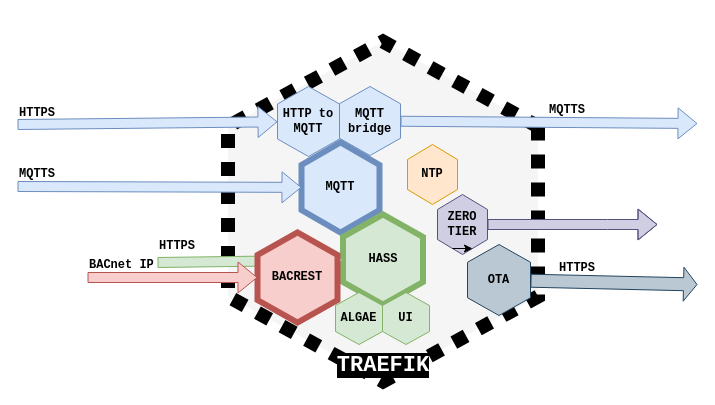
EnigmaAlgorithms/enigmaalgorithms.github.io keeps this draw.io diagram as cube_internal.drawio. Above is the earlier version. Source tidied: cells renumbered, new cells numbered last; positions are measured from the earlier drawing's top-left corner, leaving out a move shared by most shapes. Both pictures are drawn from the tidied source at 100%, with x=0, y=0 at pixel (17, 41).
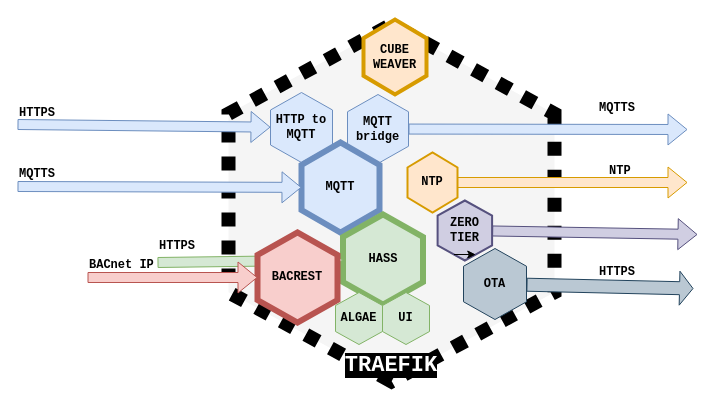
The same diagram, later.

Commit message:
final fuirst vrsion

Diff of the diagram source:
```diff
@@
     <mxCell id="2" value="&lt;font style=&quot;font-size: 22px&quot; color=&quot;#FFFFFF&quot;&gt;&lt;span style=&quot;background-color: rgb(0 , 0 , 0)&quot;&gt;TRAEFIK&lt;/span&gt;&lt;/font&gt;" style="shape=hexagon;perimeter=hexagonPerimeter2;whiteSpace=wrap;html=1;direction=south;dashed=1;dashPattern=1 1;verticalAlign=bottom;fillColor=#f5f5f5;strokeColor=#000000;fontColor=#000000;strokeWidth=14;fontFamily=Courier New;fontStyle=1;" parent="1" vertex="1">
-      <mxGeometry x="210.5" width="310" height="340" as="geometry" />
+      <mxGeometry x="211" y="-17" width="326" height="357" as="geometry" />
     </mxCell>
     <mxCell id="3" value="HTTP to MQTT" style="shape=hexagon;perimeter=hexagonPerimeter2;whiteSpace=wrap;html=1;direction=south;fillColor=#dae8fc;strokeColor=#6c8ebf;fontFamily=Courier New;fontStyle=1;fontColor=#000000;" parent="1" vertex="1">
-      <mxGeometry x="260" y="45" width="62" height="70" as="geometry" />
+      <mxGeometry x="253" y="51" width="62" height="70" as="geometry" />
     </mxCell>
-    <mxCell id="4" value="NTP" style="shape=hexagon;perimeter=hexagonPerimeter2;whiteSpace=wrap;html=1;direction=south;fillColor=#ffe6cc;strokeColor=#d79b00;fontFamily=Courier New;fontStyle=1;fontColor=#000000;" parent="1" vertex="1">
-      <mxGeometry x="390" y="103" width="50" height="60" as="geometry" />
+    <mxCell id="4" value="NTP" style="shape=hexagon;perimeter=hexagonPerimeter2;whiteSpace=wrap;html=1;direction=south;fillColor=#ffe6cc;strokeColor=#d79b00;fontFamily=Courier New;fontStyle=1;fontColor=#000000;strokeWidth=2;" parent="1" vertex="1">
+      <mxGeometry x="390" y="111" width="50" height="60" as="geometry" />
     </mxCell>
-    <mxCell id="5" style="shape=flexArrow;endArrow=classic;html=1;fillColor=#bac8d3;strokeColor=#23445d;width=13;endSize=4.15;fontFamily=Courier New;fontStyle=1;fontColor=#000000;" parent="1" edge="1" source="8">
-      <mxGeometry relative="1" as="geometry">
-        <mxPoint x="680" y="243" as="targetPoint" />
-      </mxGeometry>
-    </mxCell>
     <mxCell id="6" style="shape=flexArrow;endArrow=classic;html=1;fillColor=#dae8fc;strokeColor=#6c8ebf;fontFamily=Courier New;fontStyle=1;fontColor=#000000;" parent="1" edge="1" source="7">
       <mxGeometry relative="1" as="geometry">
-        <mxPoint x="680" y="82" as="targetPoint" />
+        <mxPoint x="670" y="88" as="targetPoint" />
       </mxGeometry>
     </mxCell>
     <mxCell id="7" value="&lt;div&gt;MQTT&lt;/div&gt;&lt;div&gt;bridge&lt;br&gt;&lt;/div&gt;" style="shape=hexagon;perimeter=hexagonPerimeter2;whiteSpace=wrap;html=1;direction=south;fillColor=#dae8fc;strokeColor=#6c8ebf;fontFamily=Courier New;fontStyle=1;fontColor=#000000;" parent="1" vertex="1">
-      <mxGeometry x="322" y="45" width="61" height="69" as="geometry" />
+      <mxGeometry x="330" y="53" width="61" height="69" as="geometry" />
     </mxCell>
-    <mxCell id="8" value="OTA" style="shape=hexagon;perimeter=hexagonPerimeter2;whiteSpace=wrap;html=1;direction=south;fillColor=#bac8d3;strokeColor=#23445d;fontFamily=Courier New;fontStyle=1;fontColor=#000000;" parent="1" vertex="1">
-      <mxGeometry x="450" y="203" width="63" height="71" as="geometry" />
-    </mxCell>
@@
-    <mxCell id="14" style="group;" parent="1" vertex="1">
-      <mxGeometry x="420" y="153" width="220" height="60" as="geometry" />
-    </mxCell>
-    <mxCell id="15" style="shape=flexArrow;endArrow=classic;html=1;fillColor=#d0cee2;strokeColor=#56517e;fontFamily=Courier New;fontStyle=1;fontColor=#000000;" parent="14" edge="1" source="16">
-      <mxGeometry relative="1" as="geometry">
-        <mxPoint x="220" y="30" as="targetPoint" />
-        <Array as="points">
-          <mxPoint x="170" y="30" />
-        </Array>
-      </mxGeometry>
-    </mxCell>
-    <mxCell id="16" value="&lt;div&gt;ZERO&lt;/div&gt;&lt;div&gt;TIER&lt;/div&gt;" style="shape=hexagon;perimeter=hexagonPerimeter2;whiteSpace=wrap;html=1;direction=south;fillColor=#d0cee2;strokeColor=#56517e;fontFamily=Courier New;fontStyle=1;fontColor=#000000;" parent="14" vertex="1">
-      <mxGeometry width="50" height="60" as="geometry" />
-    </mxCell>
-    <mxCell id="17" style="edgeStyle=orthogonalEdgeStyle;rounded=0;orthogonalLoop=1;jettySize=auto;html=1;exitX=1;exitY=0.75;exitDx=0;exitDy=0;entryX=1;entryY=0.25;entryDx=0;entryDy=0;fontFamily=Courier New;fontColor=#000000;" parent="14" edge="1" source="16" target="16">
-      <mxGeometry relative="1" as="geometry" />
-    </mxCell>
@@
-    <mxCell id="22" style="group;" parent="1" vertex="1">
+    <mxCell id="22" style="group;strokeWidth=2;" parent="1" vertex="1">
       <mxGeometry x="318" y="251" width="94" height="52" as="geometry" />
     </mxCell>
@@
+    <mxCell id="30" value="&lt;b&gt;MQTTS&lt;/b&gt;" style="text;html=1;fontFamily=Courier New;fontColor=#000000;" parent="1" vertex="1">
+      <mxGeometry x="580" y="53" width="60" height="30" as="geometry" />
+    </mxCell>
+    <mxCell id="15" style="shape=flexArrow;endArrow=classic;html=1;fillColor=#d0cee2;strokeColor=#56517e;fontFamily=Courier New;fontStyle=1;fontColor=#000000;" parent="1" edge="1" source="16">
+      <mxGeometry relative="1" as="geometry">
+        <mxPoint x="680" y="193" as="targetPoint" />
+      </mxGeometry>
+    </mxCell>
+    <mxCell id="16" value="&lt;div&gt;ZERO&lt;/div&gt;&lt;div&gt;TIER&lt;/div&gt;" style="shape=hexagon;perimeter=hexagonPerimeter2;whiteSpace=wrap;html=1;direction=south;fillColor=#d0cee2;strokeColor=#56517e;fontFamily=Courier New;fontStyle=1;fontColor=#000000;strokeWidth=2;" parent="1" vertex="1">
+      <mxGeometry x="420.1" y="159" width="54.5" height="60" as="geometry" />
+    </mxCell>
+    <mxCell id="17" style="edgeStyle=orthogonalEdgeStyle;rounded=0;orthogonalLoop=1;jettySize=auto;html=1;exitX=1;exitY=0.75;exitDx=0;exitDy=0;entryX=1;entryY=0.25;entryDx=0;entryDy=0;fontFamily=Courier New;fontColor=#000000;" parent="1" edge="1" source="16" target="16">
+      <mxGeometry relative="1" as="geometry" />
+    </mxCell>
+    <mxCell id="31" value="&lt;div&gt;CUBE&lt;/div&gt;&lt;div&gt;WEAVER&lt;br&gt;&lt;/div&gt;" style="shape=hexagon;perimeter=hexagonPerimeter2;whiteSpace=wrap;html=1;direction=south;fillColor=#ffe6cc;strokeColor=#d79b00;fontFamily=Courier New;fontStyle=1;fontColor=#000000;strokeWidth=4;" parent="1" vertex="1">
+      <mxGeometry x="346" y="-22" width="63" height="75" as="geometry" />
+    </mxCell>
+    <mxCell id="5" style="shape=flexArrow;endArrow=classic;html=1;fillColor=#bac8d3;strokeColor=#23445d;width=13;endSize=4.15;fontFamily=Courier New;fontStyle=1;fontColor=#000000;" parent="1" edge="1" source="8">
+      <mxGeometry relative="1" as="geometry">
+        <mxPoint x="676" y="247" as="targetPoint" />
+      </mxGeometry>
+    </mxCell>
+    <mxCell id="8" value="OTA" style="shape=hexagon;perimeter=hexagonPerimeter2;whiteSpace=wrap;html=1;direction=south;fillColor=#bac8d3;strokeColor=#23445d;fontFamily=Courier New;fontStyle=1;fontColor=#000000;" parent="1" vertex="1">
+      <mxGeometry x="446" y="207" width="63" height="71" as="geometry" />
+    </mxCell>
     <mxCell id="29" value="&lt;b&gt;HTTPS&lt;/b&gt;" style="text;html=1;fontFamily=Courier New;fontColor=#000000;" parent="1" vertex="1">
-      <mxGeometry x="540" y="213" width="90" height="30" as="geometry" />
+      <mxGeometry x="580" y="217" width="90" height="30" as="geometry" />
     </mxCell>
-    <mxCell id="30" value="&lt;b&gt;MQTTS&lt;/b&gt;" style="text;html=1;fontFamily=Courier New;fontColor=#000000;" parent="1" vertex="1">
-      <mxGeometry x="530" y="55" width="60" height="30" as="geometry" />
-    </mxCell>
+    <mxCell id="32" style="shape=flexArrow;endArrow=classic;html=1;fontFamily=Courier New;fontColor=#000000;fillColor=#ffe6cc;strokeColor=#d79b00;" parent="1" edge="1" source="4">
+      <mxGeometry relative="1" as="geometry">
+        <mxPoint x="670" y="141" as="targetPoint" />
+      </mxGeometry>
+    </mxCell>
+    <mxCell id="33" value="&lt;div&gt;&lt;b&gt;NTP&lt;/b&gt;&lt;/div&gt;" style="text;html=1;fontFamily=Courier New;fontColor=#000000;" parent="1" vertex="1">
+      <mxGeometry x="590" y="116" width="60" height="30" as="geometry" />
+    </mxCell>
```
